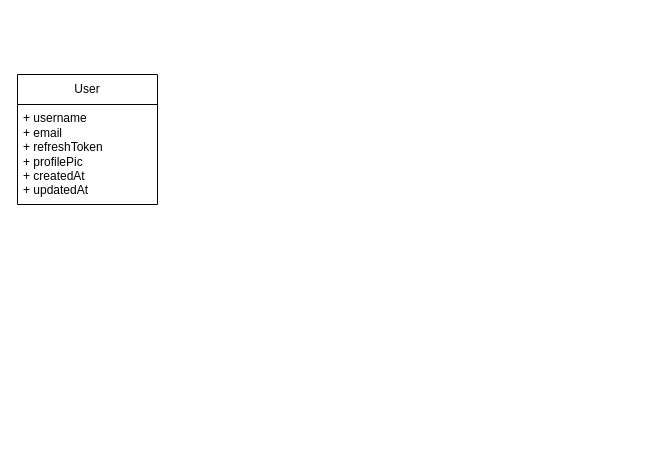
Pranaw-Rai009/LiveChat keeps this draw.io diagram as src/models/dataDiagram.drawio. Above is the earlier version. Source tidied: cells renumbered, new cells numbered last; positions are measured from the earlier drawing's top-left corner, leaving out a move shared by most shapes. Both pictures are drawn from the tidied source at 100%, with x=0, y=0 at pixel (17, 74).
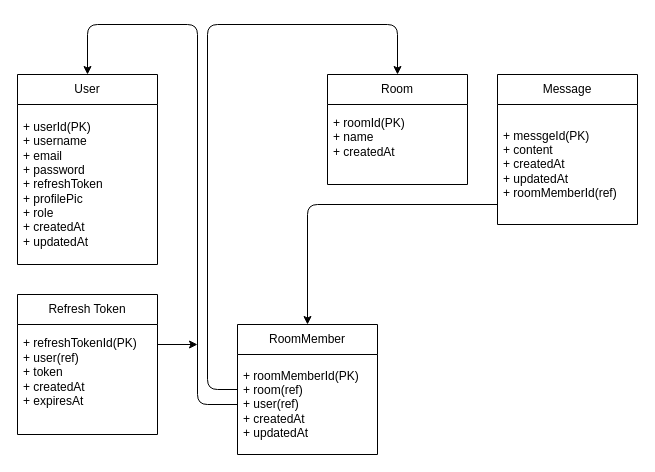
The same page after the edit.

Commit message (it also covers changes not shown here):
feat: Data model diagram and schema created

What changed in the source:
```diff
@@
     <mxCell id="2" value="User" style="swimlane;fontStyle=0;horizontal=1;startSize=30;whiteSpace=wrap;html=1;" parent="1" vertex="1">
-      <mxGeometry width="140" height="130" as="geometry" />
+      <mxGeometry width="140" height="190" as="geometry" />
     </mxCell>
-    <mxCell id="3" value="+ username&lt;div&gt;+ email&lt;/div&gt;&lt;div&gt;+ refreshToken&lt;/div&gt;&lt;div&gt;+ profilePic&lt;/div&gt;&lt;div&gt;+ createdAt&lt;/div&gt;&lt;div&gt;+ updatedAt&lt;/div&gt;" style="text;strokeColor=none;fillColor=none;align=left;verticalAlign=middle;spacingLeft=4;spacingRight=4;overflow=hidden;whiteSpace=wrap;html=1;" parent="2" vertex="1">
-      <mxGeometry y="30" width="140" height="100" as="geometry" />
+    <mxCell id="3" value="&lt;div&gt;+ userId(PK)&lt;/div&gt;+ username&lt;div&gt;+ email&lt;/div&gt;&lt;div&gt;+ password&lt;/div&gt;&lt;div&gt;+ refreshToken&lt;/div&gt;&lt;div&gt;+ profilePic&lt;/div&gt;&lt;div&gt;+ role&lt;/div&gt;&lt;div&gt;+ createdAt&lt;/div&gt;&lt;div&gt;+ updatedAt&lt;/div&gt;" style="text;strokeColor=none;fillColor=none;align=left;verticalAlign=middle;spacingLeft=4;spacingRight=4;overflow=hidden;whiteSpace=wrap;html=1;" parent="2" vertex="1">
+      <mxGeometry y="30" width="140" height="160" as="geometry" />
     </mxCell>
+    <mxCell id="4" value="Room" style="swimlane;fontStyle=0;horizontal=1;startSize=30;whiteSpace=wrap;html=1;" parent="1" vertex="1">
+      <mxGeometry x="310" width="140" height="110" as="geometry" />
+    </mxCell>
+    <mxCell id="5" value="&lt;div&gt;+ roomId(PK)&lt;/div&gt;+ name&lt;div&gt;+ createdAt&lt;/div&gt;&lt;div&gt;&lt;br&gt;&lt;/div&gt;" style="text;strokeColor=none;fillColor=none;align=left;verticalAlign=middle;spacingLeft=4;spacingRight=4;overflow=hidden;whiteSpace=wrap;html=1;" parent="4" vertex="1">
+      <mxGeometry y="30" width="140" height="80" as="geometry" />
+    </mxCell>
+    <mxCell id="6" value="Message" style="swimlane;fontStyle=0;horizontal=1;startSize=30;whiteSpace=wrap;html=1;" parent="1" vertex="1">
+      <mxGeometry x="480" width="140" height="150" as="geometry" />
+    </mxCell>
+    <mxCell id="7" value="&lt;div&gt;+ messgeId(PK)&lt;/div&gt;+ content&lt;div&gt;+ createdAt&lt;/div&gt;&lt;div&gt;+ updatedAt&lt;/div&gt;&lt;div&gt;+ roomMemberId(ref)&lt;/div&gt;" style="text;strokeColor=none;fillColor=none;align=left;verticalAlign=middle;spacingLeft=4;spacingRight=4;overflow=hidden;whiteSpace=wrap;html=1;" parent="6" vertex="1">
+      <mxGeometry y="30" width="140" height="120" as="geometry" />
+    </mxCell>
+    <mxCell id="8" value="Refresh Token" style="swimlane;fontStyle=0;horizontal=1;startSize=30;whiteSpace=wrap;html=1;" parent="1" vertex="1">
+      <mxGeometry y="220" width="140" height="140" as="geometry" />
+    </mxCell>
+    <mxCell id="9" style="endArrow=classic;html=1;" parent="8" edge="1">
+      <mxGeometry relative="1" as="geometry">
+        <mxPoint x="140" y="50" as="sourcePoint" />
+        <mxPoint x="180" y="50" as="targetPoint" />
+      </mxGeometry>
+    </mxCell>
+    <mxCell id="10" value="RoomMember" style="swimlane;fontStyle=0;horizontal=1;startSize=30;whiteSpace=wrap;html=1;" parent="1" vertex="1">
+      <mxGeometry x="220" y="250" width="140" height="130" as="geometry" />
+    </mxCell>
+    <mxCell id="11" value="+ roomMemberId(PK)&lt;div&gt;+ room(ref)&lt;/div&gt;&lt;div&gt;+ user(ref)&lt;/div&gt;&lt;div&gt;+ createdAt&lt;/div&gt;&lt;div&gt;+ updatedAt&lt;/div&gt;" style="text;strokeColor=none;fillColor=none;align=left;verticalAlign=middle;spacingLeft=4;spacingRight=4;overflow=hidden;points=[[0,0.5],[1,0.5]];portConstraint=eastwest;whiteSpace=wrap;html=1;" parent="10" vertex="1">
+      <mxGeometry y="30" width="140" height="100" as="geometry" />
+    </mxCell>
+    <mxCell id="12" style="endArrow=classic;html=1;entryX=0.5;entryY=0;entryDx=0;entryDy=0;exitX=0;exitY=0.5;exitDx=0;exitDy=0;" parent="1" edge="1" source="11" target="2">
+      <mxGeometry relative="1" as="geometry">
+        <Array as="points">
+          <mxPoint x="180" y="330" />
+          <mxPoint x="180" y="-50" />
+          <mxPoint x="70" y="-50" />
+        </Array>
+      </mxGeometry>
+    </mxCell>
+    <mxCell id="13" style="endArrow=classic;html=1;entryX=0.5;entryY=0;entryDx=0;entryDy=0;exitX=0;exitY=0.5;exitDx=0;exitDy=0;" parent="1" edge="1" source="10" target="4">
+      <mxGeometry relative="1" as="geometry">
+        <Array as="points">
+          <mxPoint x="190" y="315" />
+          <mxPoint x="190" y="-50" />
+          <mxPoint x="380" y="-50" />
+        </Array>
+      </mxGeometry>
+    </mxCell>
+    <mxCell id="14" value="+ refreshTokenId(PK)&lt;div&gt;+ user(ref)&lt;/div&gt;&lt;div&gt;+ token&lt;/div&gt;&lt;div&gt;+ createdAt&lt;/div&gt;&lt;div&gt;+ expiresAt&lt;/div&gt;&lt;div&gt;&lt;br&gt;&lt;/div&gt;" style="text;strokeColor=none;fillColor=none;align=left;verticalAlign=middle;spacingLeft=4;spacingRight=4;overflow=hidden;whiteSpace=wrap;html=1;" parent="1" vertex="1">
+      <mxGeometry y="250" width="140" height="110" as="geometry" />
+    </mxCell>
+    <mxCell id="15" style="endArrow=classic;html=1;entryX=0.5;entryY=0;entryDx=0;entryDy=0;" parent="1" edge="1" target="10">
+      <mxGeometry relative="1" as="geometry">
+        <mxPoint x="480" y="130" as="sourcePoint" />
+        <Array as="points">
+          <mxPoint x="290" y="130" />
+        </Array>
+      </mxGeometry>
+    </mxCell>
```
